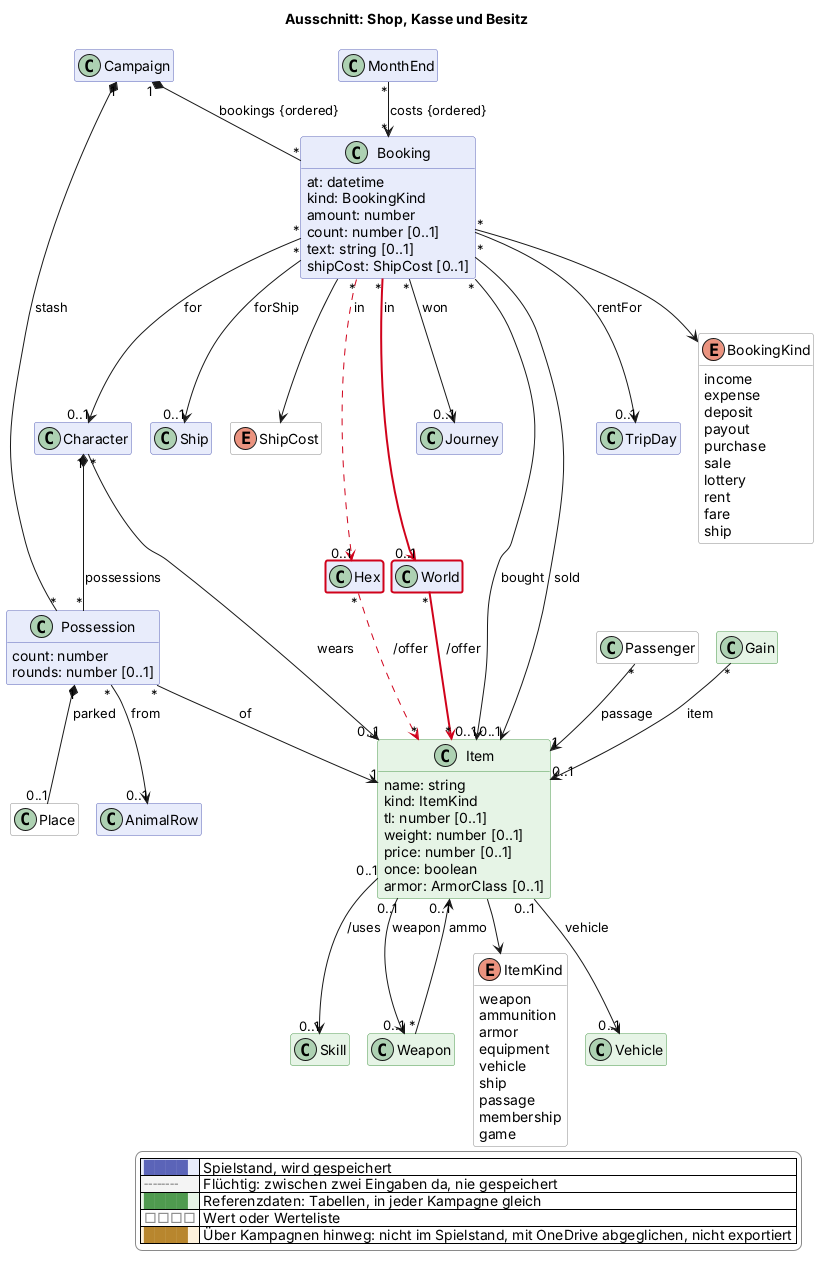
Earlier version of the PlantUML export docs/views/shop.png (scuzzar/SRE).
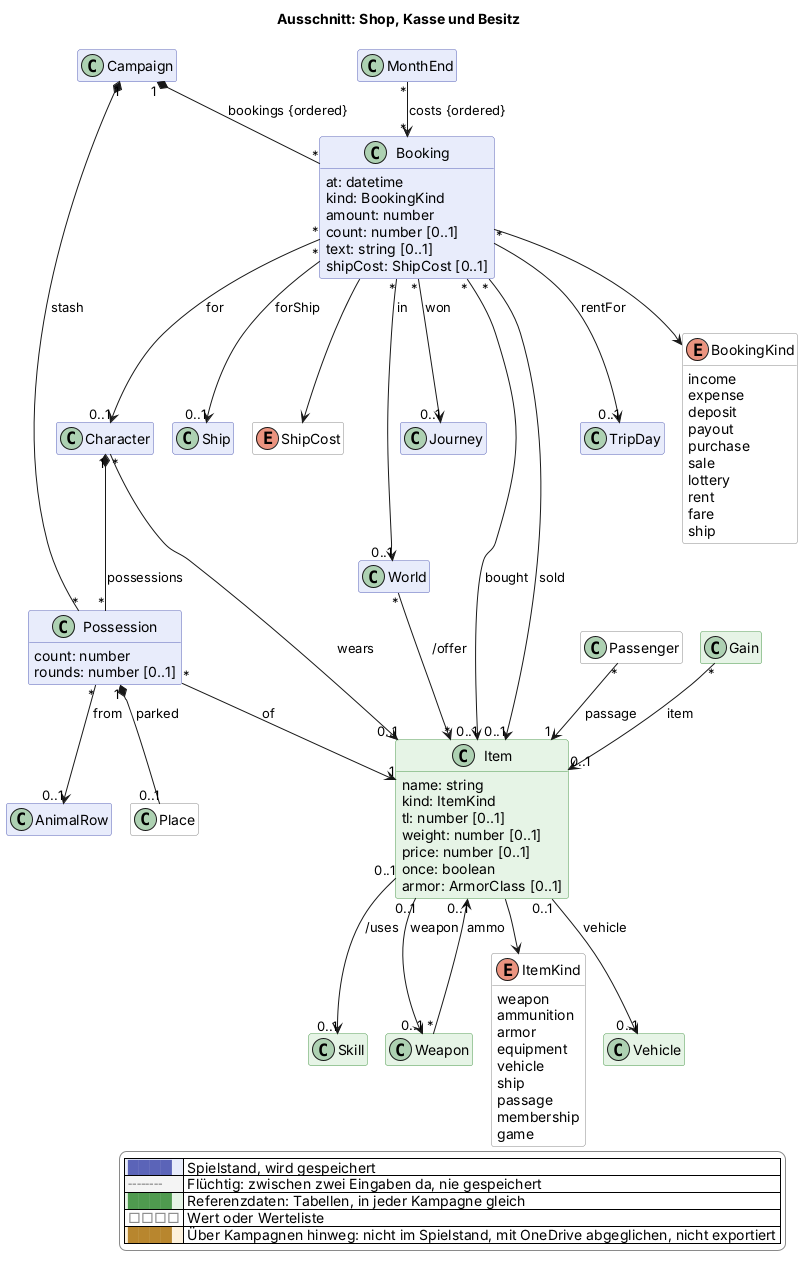
Later version of the same file.

What changed in the source:
```diff
@@ -101,8 +101,7 @@
 
 
 
-  class Hex $sektor
-  class World $sektor $newClass("2026-11-20b")
+  class World $sektor
 
 
 
@@ -143,8 +142,7 @@
 Booking "*" --> "0..1" Character : for
 Booking "*" --> "0..1" Item : bought
 Booking "*" --> "0..1" Item : sold
-Booking "*" -$goneArrow("2026-11-20b")-> "0..1" Hex : in
-Booking "*" -$newArrow("2026-11-20b")-> "0..1" World : in
+Booking "*" --> "0..1" World : in
 Booking --> BookingKind
 
 Booking "*" --> "0..1" Ship : forShip
@@ -170,8 +168,7 @@
 Item "0..1" --> "0..1" Weapon : weapon
 
 Weapon "*" --> "0..1" Item : ammo
-Hex "*" -$goneArrow("2026-11-20b")-> "*" Item : /offer
-World "*" -$newArrow("2026-11-20b")-> "*" Item : /offer
+World "*" --> "*" Item : /offer
 
 Possession "*" --> "0..1" AnimalRow : from
 
@@ -188,5 +185,4 @@
   |<#ffffff> <color:#8a8a8a>□□□□</color> | Wert oder Werteliste |
   |<#fdf1dc> <color:#b8862e>████</color> | Über Kampagnen hinweg: nicht im Spielstand, mit OneDrive abgeglichen, nicht exportiert |
 endlegend
-class Hex #line:d0021b;line.bold
 @enduml
```
